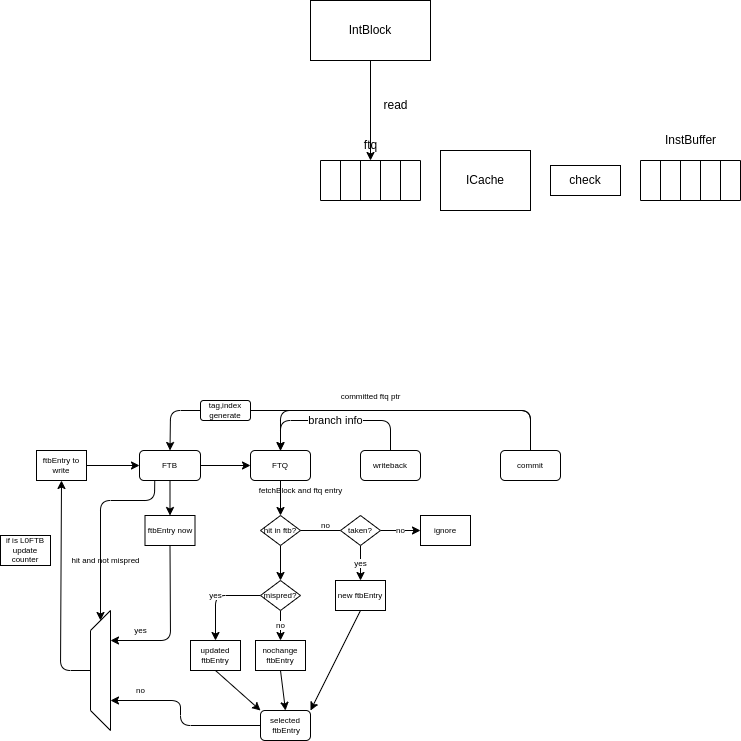
Earlier version of the draw.io export doc/decoupled-frontend.drawio.png (tastynoob/aura-core). Source tidied: cells renumbered, new cells last; positions are measured from the earlier drawing's top-left corner, leaving out a move shared by most shapes.
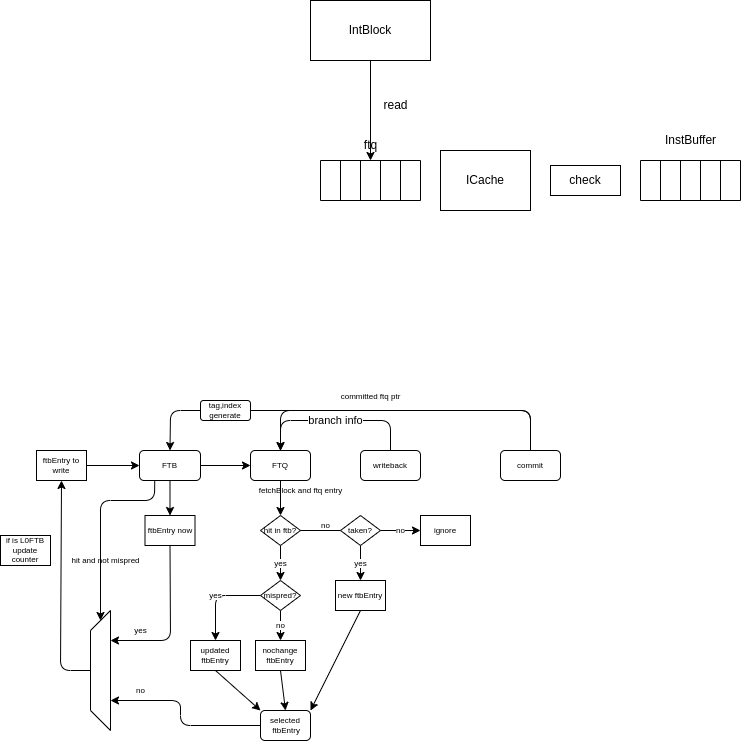
Later version of the same file.

What changed in the source:
```diff
@@ -114,7 +114,7 @@
     <mxCell id="33" value="tag,index generate" style="rounded=1;whiteSpace=wrap;html=1;fontSize=8;" parent="1" vertex="1">
       <mxGeometry x="200" y="400" width="50" height="20" as="geometry" />
     </mxCell>
-    <mxCell id="34" style="edgeStyle=none;html=1;fontSize=8;" parent="1" edge="1" source="35" target="47">
+    <mxCell id="34" value="yes" style="edgeStyle=none;html=1;fontSize=8;" parent="1" edge="1" source="35" target="47">
       <mxGeometry relative="1" as="geometry" />
     </mxCell>
     <mxCell id="35" value="hit in ftb?" style="rhombus;whiteSpace=wrap;html=1;fontSize=8;" parent="1" vertex="1">
```
